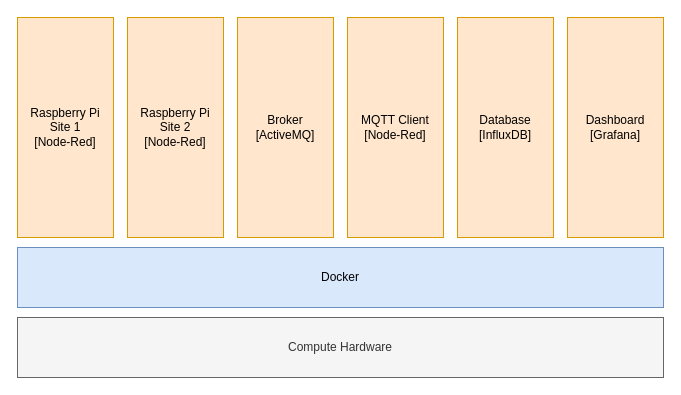
The draw.io diagram Docker Diagram/Docker Diagram.drawio in mattdear/temperature-transmitter, before the edit. Source tidied: cells renumbered, new cells numbered last; positions are measured from the earlier drawing's top-left corner, leaving out a move shared by most shapes. Both pictures are drawn from the tidied source at 100%, with x=0, y=0 at pixel (17, 17).
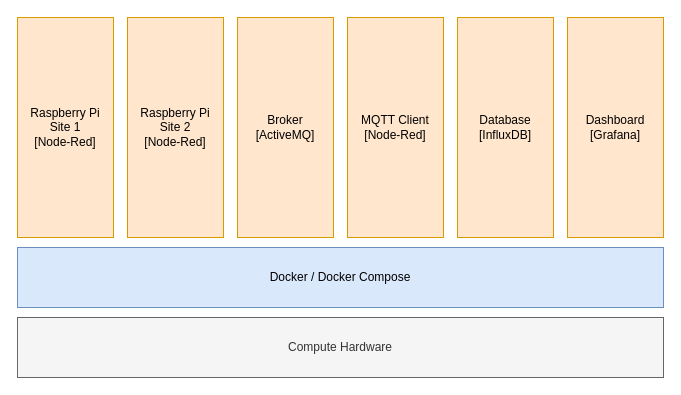
The same page after the edit.

Commit message (it also covers changes not shown here):
docs[docker diagram]: updated docker level text

The edit, as a diff of the source:
```diff
@@
 <mxGraphModel>
   <root>
     <mxCell id="0" />
     <mxCell id="1" parent="0" />
-    <mxCell id="2" value="Docker" style="rounded=0;whiteSpace=wrap;html=1;fillColor=#dae8fc;strokeColor=#6c8ebf;" parent="1" vertex="1">
+    <mxCell id="2" value="Docker / Docker Compose" style="rounded=0;whiteSpace=wrap;html=1;fillColor=#dae8fc;strokeColor=#6c8ebf;" parent="1" vertex="1">
       <mxGeometry y="230" width="646" height="60" as="geometry" />
     </mxCell>
     <mxCell id="3" value="Compute Hardware" style="rounded=0;whiteSpace=wrap;html=1;fillColor=#f5f5f5;strokeColor=#666666;fontColor=#333333;" parent="1" vertex="1">
       <mxGeometry y="300" width="646" height="60" as="geometry" />
     </mxCell>
     <mxCell id="4" value="Raspberry Pi&lt;br&gt;Site 1&lt;br&gt;[Node-Red]" style="rounded=0;whiteSpace=wrap;html=1;fillColor=#ffe6cc;strokeColor=#d79b00;" parent="1" vertex="1">
       <mxGeometry width="96" height="220" as="geometry" />
     </mxCell>
     <mxCell id="5" value="Broker&lt;br&gt;[ActiveMQ]" style="rounded=0;whiteSpace=wrap;html=1;fillColor=#ffe6cc;strokeColor=#d79b00;" parent="1" vertex="1">
       <mxGeometry x="220" width="96" height="220" as="geometry" />
     </mxCell>
     <mxCell id="6" value="Database&lt;br&gt;[InfluxDB]" style="rounded=0;whiteSpace=wrap;html=1;fillColor=#ffe6cc;strokeColor=#d79b00;" parent="1" vertex="1">
       <mxGeometry x="440" width="96" height="220" as="geometry" />
     </mxCell>
     <mxCell id="7" value="Dashboard&lt;br&gt;[Grafana]" style="rounded=0;whiteSpace=wrap;html=1;fillColor=#ffe6cc;strokeColor=#d79b00;" parent="1" vertex="1">
       <mxGeometry x="550" width="96" height="220" as="geometry" />
     </mxCell>
     <mxCell id="8" value="Raspberry Pi&lt;br&gt;Site 2&lt;br&gt;[Node-Red]" style="rounded=0;whiteSpace=wrap;html=1;fillColor=#ffe6cc;strokeColor=#d79b00;" parent="1" vertex="1">
       <mxGeometry x="110" width="96" height="220" as="geometry" />
     </mxCell>
     <mxCell id="9" value="MQTT Client&lt;br&gt;[Node-Red]" style="rounded=0;whiteSpace=wrap;html=1;fillColor=#ffe6cc;strokeColor=#d79b00;" parent="1" vertex="1">
       <mxGeometry x="330" width="96" height="220" as="geometry" />
     </mxCell>
   </root>
 </mxGraphModel>
```
